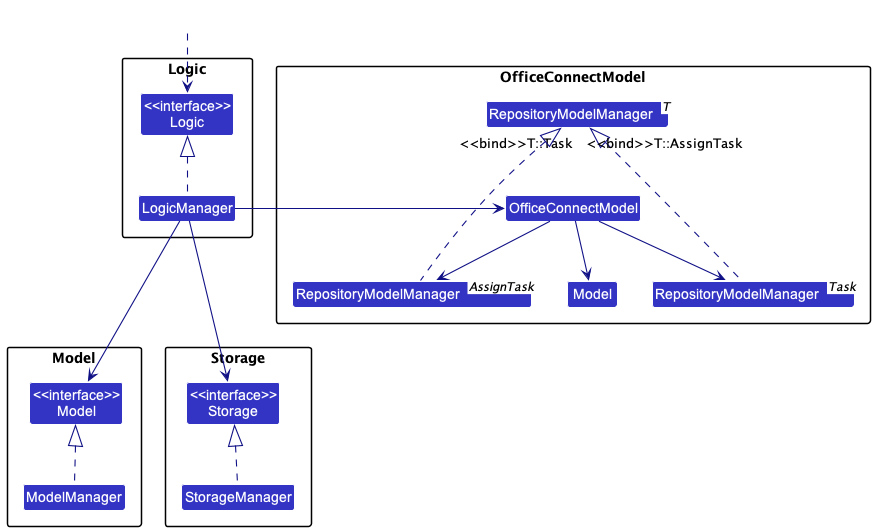
This is docs/images/OfficeComponentManagers.png from nus-cs2103-AY2223S2/tp, a PlantUML export, as it was before one commit. Its diagram source:
```plantuml
@startuml
!include style.puml
allowmixing
skinparam arrowThickness 1.1
skinparam arrowColor LOGIC_COLOR_T4
skinparam classBackgroundColor LOGIC_COLOR

package Logic {
Class "<<interface>>\nLogic" as LogicC
Class LogicManager
LogicManager .up.|> LogicC

}

package Model{
Class "<<interface>>\nModel" as ModelC
Class ModelManager
ModelManager .up.|> ModelC

}

package OfficeConnectModel{
Class OfficeConnectModel
Class "RepositoryModelManager<Task>"  as repoTask
Class "RepositoryModelManager<AssignTask>" as repoAssign
Class "Model" as personModel
OfficeConnectModel --> repoTask
OfficeConnectModel --> repoAssign
OfficeConnectModel --> personModel
Class "RepositoryModelManager<T>" as repo
repoTask ..up.|> "<<bind>>T::Task" repo
repoAssign ..up.|> "<<bind>>T::AssignTask" repo

}



package Storage{
Class "<<interface>>\nStorage" as StorageC
Class StorageManager
StorageManager .up.|> StorageC

}

class HiddenOutside #FFFFFF
HiddenOutside ..> LogicC


LogicManager ---> ModelC
LogicManager -> OfficeConnectModel
LogicManager ---> StorageC
@enduml
```
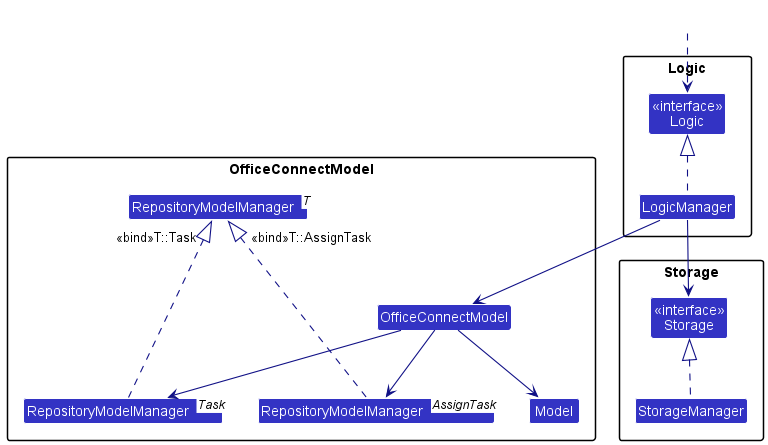
After the commit.

Change to the diagram source:
```diff
@@ -12,21 +12,16 @@
 
 }
 
-package Model{
-Class "<<interface>>\nModel" as ModelC
-Class ModelManager
-ModelManager .up.|> ModelC
 
-}
-
-package OfficeConnectModel{
-Class OfficeConnectModel
+package OfficeConnectModel {
+Class "OfficeConnectModel"  as model
 Class "RepositoryModelManager<Task>"  as repoTask
 Class "RepositoryModelManager<AssignTask>" as repoAssign
 Class "Model" as personModel
-OfficeConnectModel --> repoTask
-OfficeConnectModel --> repoAssign
-OfficeConnectModel --> personModel
+model --> repoTask
+model --> repoAssign
+model --> personModel
+
 Class "RepositoryModelManager<T>" as repo
 repoTask ..up.|> "<<bind>>T::Task" repo
 repoAssign ..up.|> "<<bind>>T::AssignTask" repo
@@ -42,11 +37,10 @@
 
 }
 
+LogicManager --> StorageC
+LogicManager --> model
 class HiddenOutside #FFFFFF
 HiddenOutside ..> LogicC
 
 
-LogicManager ---> ModelC
-LogicManager -> OfficeConnectModel
-LogicManager ---> StorageC
 @enduml
```
